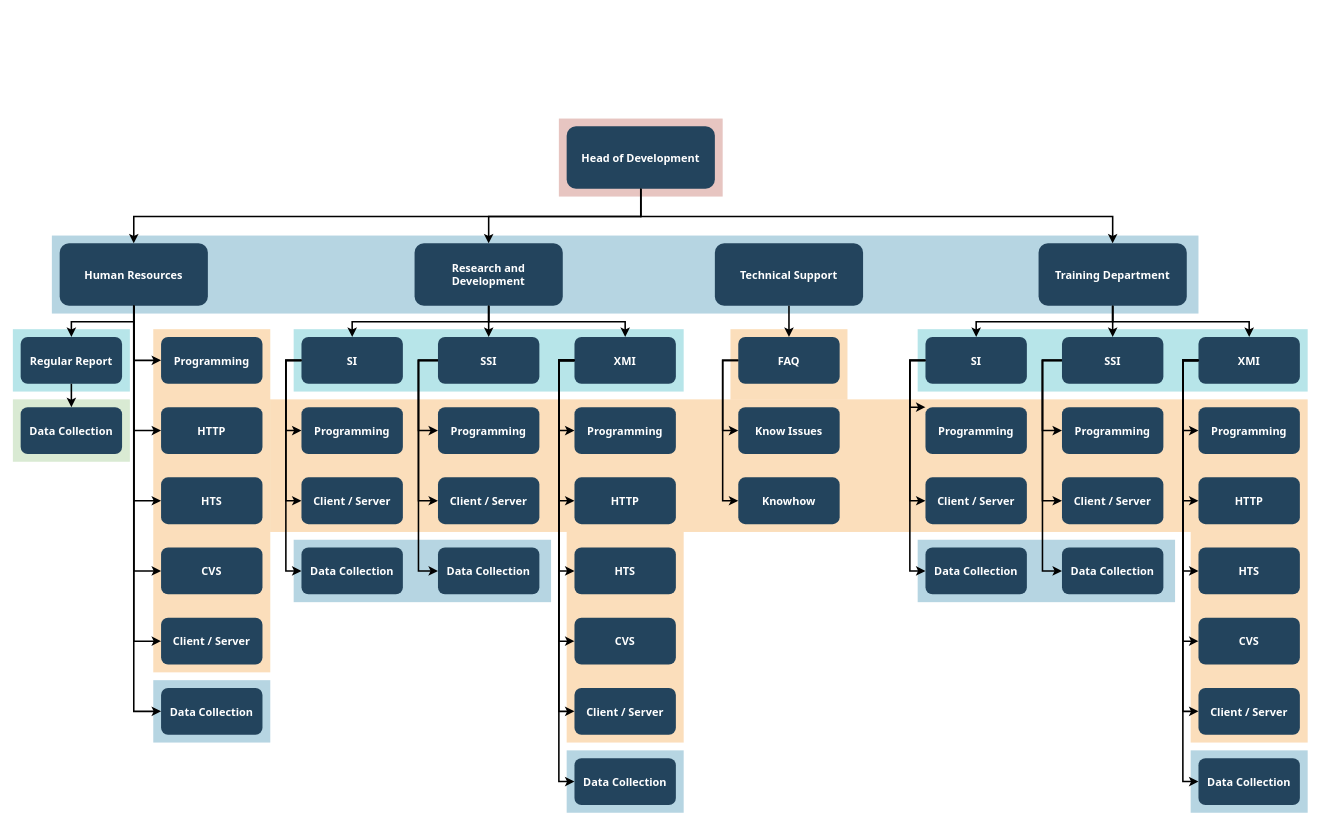
Before: Diagrama sin título.drawio in Adrianmove07/APPRENDIENDO0209, a draw.io diagram. Source tidied: cells renumbered, new cells numbered last; positions are measured from the earlier drawing's top-left corner, leaving out a move shared by most shapes. Both pictures are drawn from the tidied source at 78%, with x=0, y=0 at pixel (12, 119).
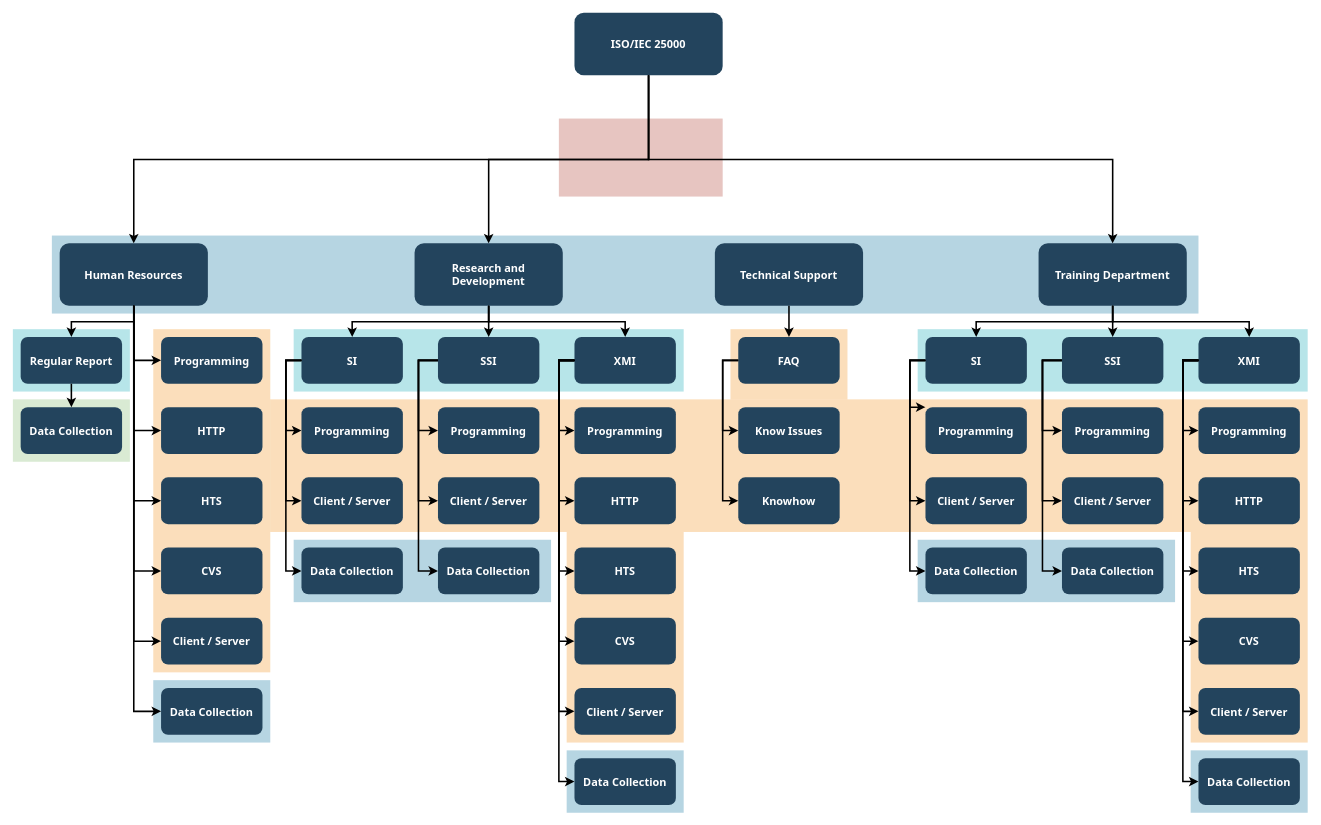
The same diagram, later.

Change to the diagram source:
```diff
@@
-    <mxCell id="18" value="Head of Development" style="rounded=1;fillColor=#23445D;gradientColor=none;strokeColor=none;fontColor=#FFFFFF;fontStyle=1;fontFamily=Tahoma;fontSize=14;" parent="1" vertex="1">
-      <mxGeometry x="710" y="9.5" width="190" height="80" as="geometry" />
+    <mxCell id="18" value="ISO/IEC 25000" style="rounded=1;fillColor=#23445D;gradientColor=none;strokeColor=none;fontColor=#FFFFFF;fontStyle=1;fontFamily=Tahoma;fontSize=14;" parent="1" vertex="1">
+      <mxGeometry x="720" y="-136" width="190" height="80" as="geometry" />
     </mxCell>
```
